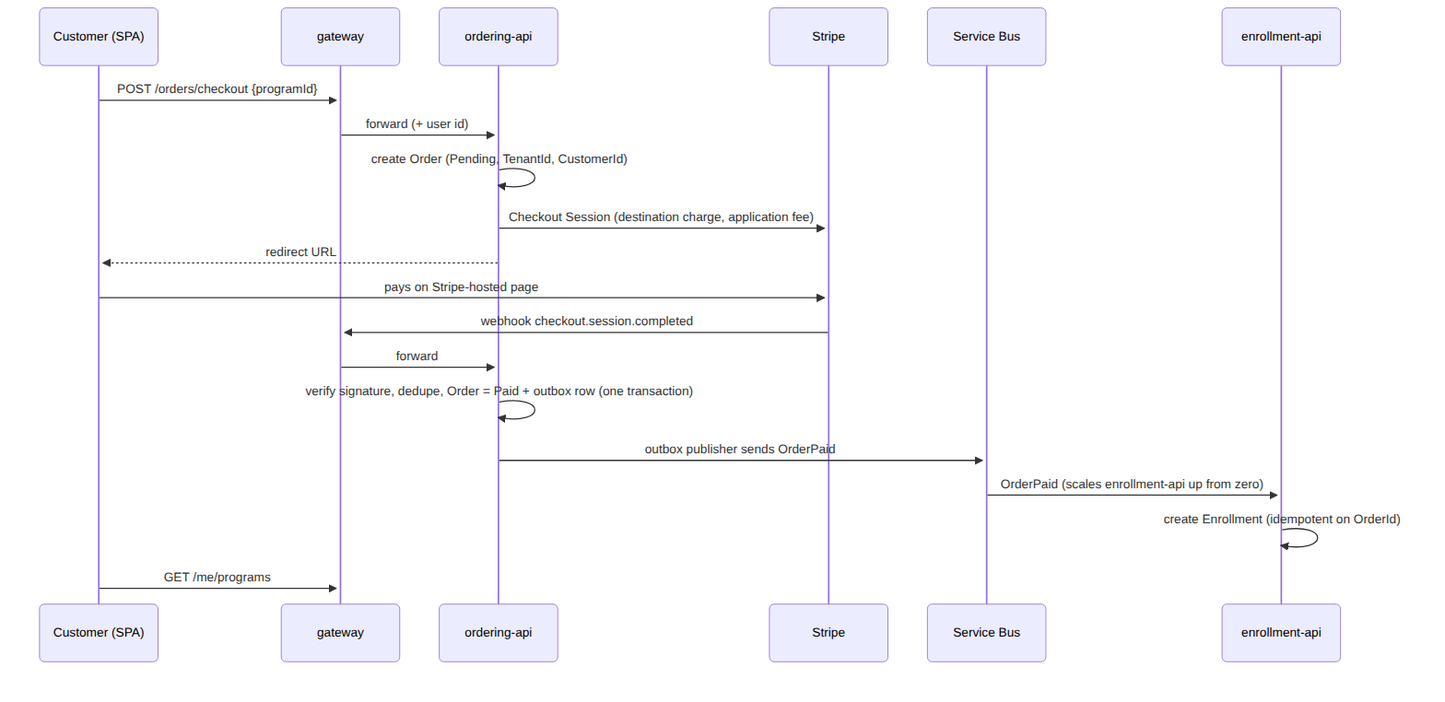
The Mermaid diagram docs/diagrams/03-checkout-flow.png in akazopidis/athlos, before a commit. Its source is kept beside it as docs/diagrams/03-checkout-flow.mmd.
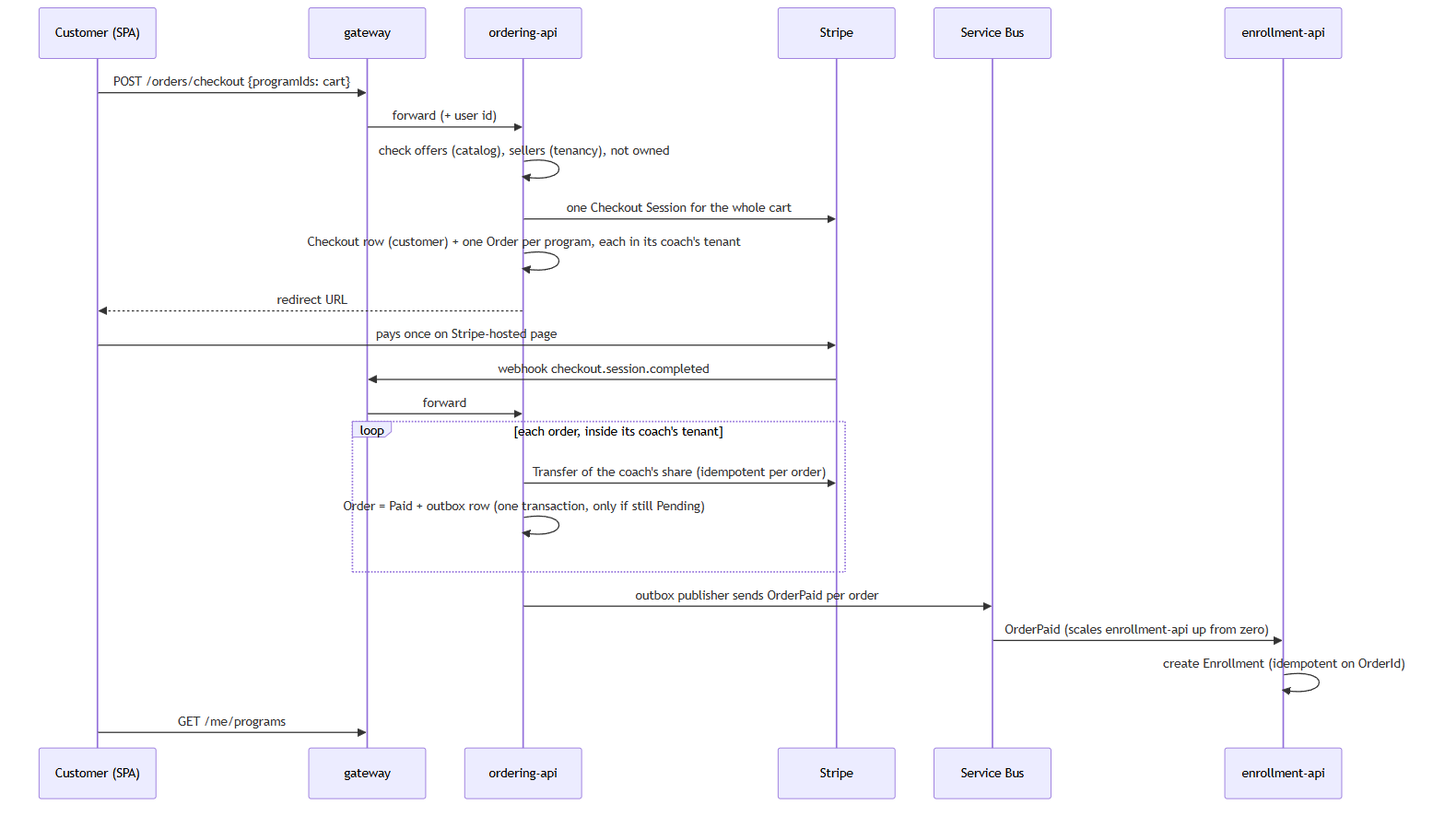
After the commit.

Change to the diagram source:
```diff
@@ -5,16 +5,20 @@
   participant S as Stripe
   participant Q as Service Bus
   participant E as enrollment-api
-  C->>G: POST /orders/checkout {programId}
+  C->>G: POST /orders/checkout {programIds: cart}
   G->>O: forward (+ user id)
-  O->>O: create Order (Pending, TenantId, CustomerId)
-  O->>S: Checkout Session (destination charge, application fee)
+  O->>O: check offers (catalog), sellers (tenancy), not owned
+  O->>S: one Checkout Session for the whole cart
+  O->>O: Checkout row (customer) + one Order per program, each in its coach's tenant
   O-->>C: redirect URL
-  C->>S: pays on Stripe-hosted page
+  C->>S: pays once on Stripe-hosted page
   S->>G: webhook checkout.session.completed
   G->>O: forward
-  O->>O: verify signature, dedupe, Order = Paid + outbox row (one transaction)
-  O->>Q: outbox publisher sends OrderPaid
+  loop each order, inside its coach's tenant
+    O->>S: Transfer of the coach's share (idempotent per order)
+    O->>O: Order = Paid + outbox row (one transaction, only if still Pending)
+  end
+  O->>Q: outbox publisher sends OrderPaid per order
   Q->>E: OrderPaid (scales enrollment-api up from zero)
   E->>E: create Enrollment (idempotent on OrderId)
   C->>G: GET /me/programs
```
